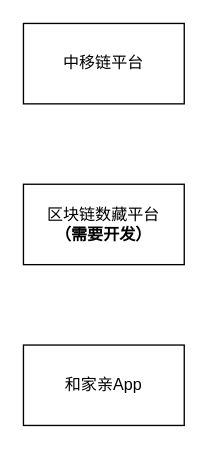
Above: ohter/元宇宙.drawio in 1595901624/GitTest (draw.io), before the change. Source tidied: cells renumbered, new cells numbered last; positions are measured from the earlier drawing's top-left corner, leaving out a move shared by most shapes. Both pictures are drawn from the tidied source at 134%, with x=0, y=0 at pixel (23, 23).
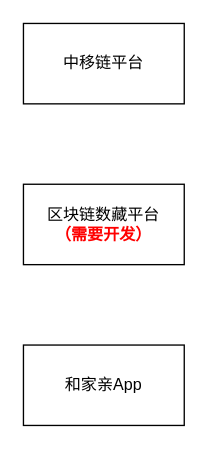
The same diagram, later.

Commit message (it also covers changes not shown here):
更新元宇宙.drawio

Change to the diagram source:
```diff
@@
 <mxGraphModel>
   <root>
     <mxCell id="0" />
     <mxCell id="1" parent="0" />
     <mxCell id="2" value="和家亲App" style="rounded=0;whiteSpace=wrap;html=1;" parent="1" vertex="1">
       <mxGeometry y="240" width="120" height="60" as="geometry" />
     </mxCell>
-    <mxCell id="3" value="区块链数藏平台&lt;br&gt;&lt;b&gt;（需要开发）&lt;/b&gt;" style="rounded=0;whiteSpace=wrap;html=1;" parent="1" vertex="1">
+    <mxCell id="3" value="区块链数藏平台&lt;br&gt;&lt;b&gt;&lt;font color=&quot;#ff0000&quot;&gt;（需要开发）&lt;/font&gt;&lt;/b&gt;" style="rounded=0;whiteSpace=wrap;html=1;" parent="1" vertex="1">
       <mxGeometry y="120" width="120" height="60" as="geometry" />
     </mxCell>
     <mxCell id="4" value="中移链平台" style="rounded=0;whiteSpace=wrap;html=1;" parent="1" vertex="1">
       <mxGeometry width="120" height="60" as="geometry" />
     </mxCell>
   </root>
 </mxGraphModel>
```
